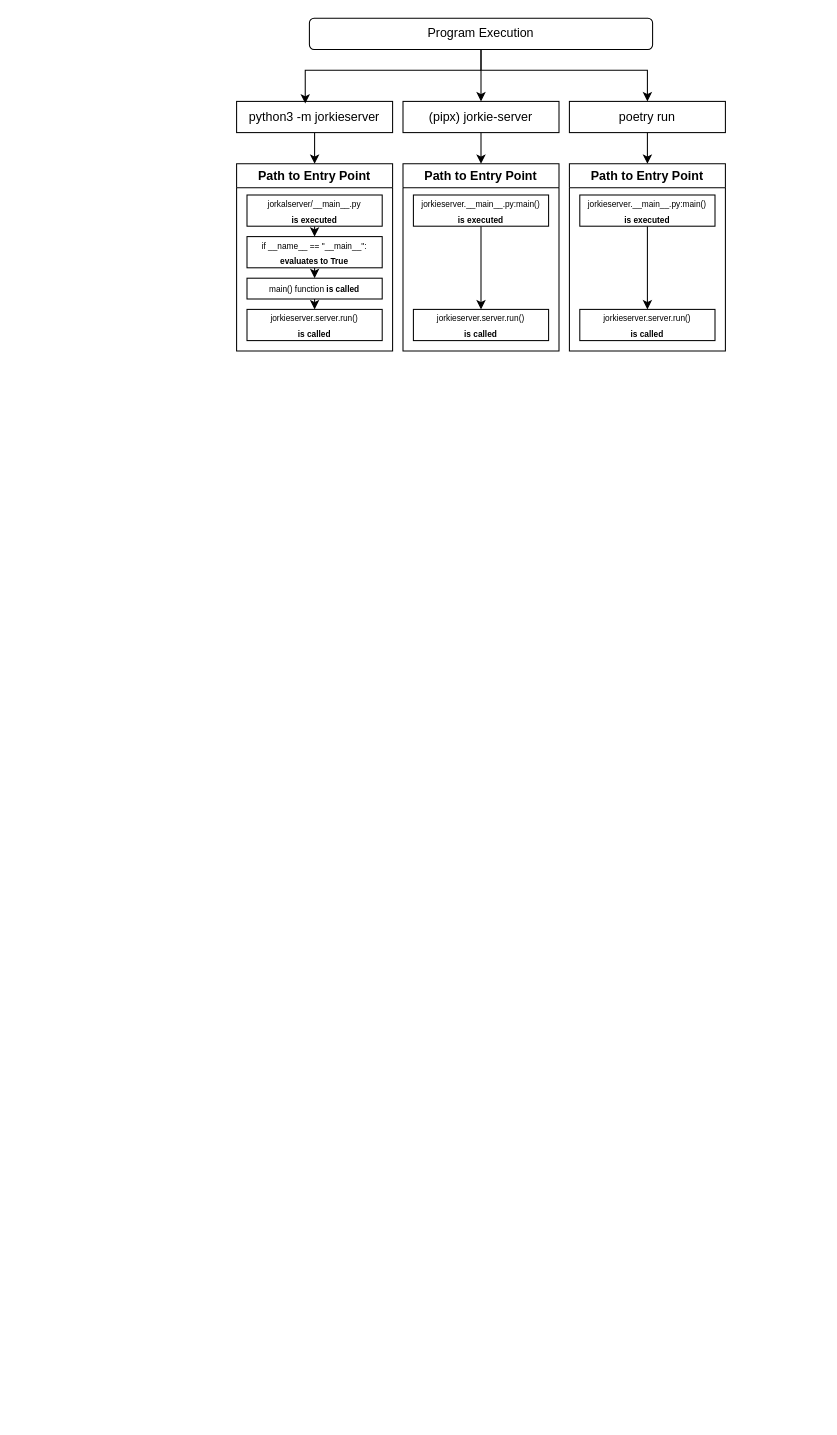
Before: docs/Untitled Diagram.drawio in jorkle/jorkie-server, a draw.io diagram. Source tidied: cells renumbered, new cells numbered last; positions are measured from the earlier drawing's top-left corner, leaving out a move shared by most shapes. Both pictures are drawn from the tidied source at 104%, with x=0, y=0 at pixel (236, 18).
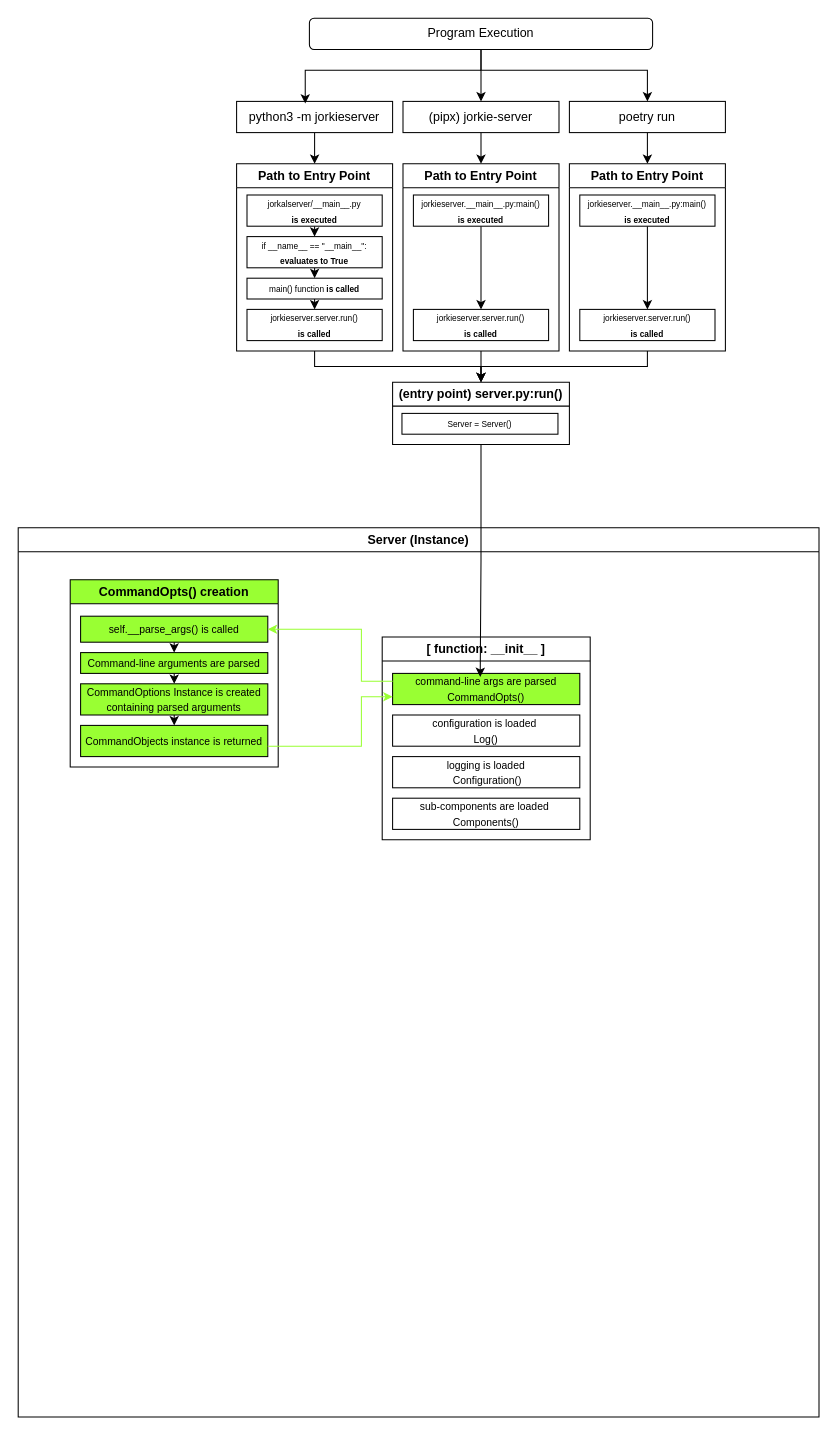
Above is the later version.

The change refers to these unchanged cells:
```xml
<mxCell id="12" value="Path to Entry Point" style="swimlane;whiteSpace=wrap;html=1;" parent="1" vertex="1">
  <mxGeometry y="140" width="150" height="180" as="geometry" />
</mxCell>
<mxCell id="21" value="Path to Entry Point" style="swimlane;whiteSpace=wrap;html=1;" parent="1" vertex="1">
  <mxGeometry x="160" y="140" width="150" height="180" as="geometry" />
</mxCell>
<mxCell id="25" value="Path to Entry Point" style="swimlane;whiteSpace=wrap;html=1;" parent="1" vertex="1">
  <mxGeometry x="320" y="140" width="150" height="180" as="geometry" />
</mxCell>
```

What changed in the source:
```diff
@@
+    <mxCell id="29" style="edgeStyle=elbowEdgeStyle;rounded=0;jettySize=auto;elbow=vertical;html=1;entryX=0.5;entryY=0;entryDx=0;entryDy=0;" parent="1" edge="1" source="12" target="32">
+      <mxGeometry relative="1" as="geometry" />
+    </mxCell>
@@
+    <mxCell id="30" style="edgeStyle=elbowEdgeStyle;rounded=0;jettySize=auto;elbow=vertical;html=1;exitX=0.5;exitY=1;exitDx=0;exitDy=0;entryX=0.5;entryY=0;entryDx=0;entryDy=0;" parent="1" edge="1" source="21" target="32">
+      <mxGeometry relative="1" as="geometry" />
+    </mxCell>
@@
+    <mxCell id="31" style="edgeStyle=elbowEdgeStyle;rounded=0;jettySize=auto;elbow=vertical;html=1;entryX=0.5;entryY=0;entryDx=0;entryDy=0;" parent="1" edge="1" source="25" target="32">
+      <mxGeometry relative="1" as="geometry" />
+    </mxCell>
@@
+    <mxCell id="32" value="(entry point) server.py:run()" style="swimlane;whiteSpace=wrap;html=1;" parent="1" vertex="1">
+      <mxGeometry x="150" y="350" width="170" height="60" as="geometry" />
+    </mxCell>
+    <mxCell id="33" value="&lt;font style=&quot;font-size: 8px;&quot;&gt;Server = Server()&lt;/font&gt;" style="rounded=0;whiteSpace=wrap;html=1;" parent="32" vertex="1">
+      <mxGeometry x="9" y="30" width="150" height="20" as="geometry" />
+    </mxCell>
+    <mxCell id="34" value="&lt;div&gt;Server (Instance)&lt;/div&gt;" style="swimlane;whiteSpace=wrap;html=1;" parent="1" vertex="1">
+      <mxGeometry x="-210" y="490" width="770" height="855" as="geometry" />
+    </mxCell>
+    <mxCell id="35" value="&lt;div&gt;[ function: __init__ ]&lt;/div&gt;" style="swimlane;whiteSpace=wrap;html=1;" parent="34" vertex="1">
+      <mxGeometry x="350" y="105" width="200" height="195" as="geometry" />
+    </mxCell>
+    <mxCell id="36" value="&lt;div&gt;&lt;font style=&quot;font-size: 10px;&quot;&gt;command-line args are parsed&lt;/font&gt;&lt;/div&gt;&lt;div&gt;&lt;font style=&quot;font-size: 10px;&quot;&gt;CommandOpts()&lt;br&gt;&lt;/font&gt;&lt;/div&gt;&lt;font style=&quot;font-size: 10px;&quot;&gt;&lt;/font&gt;" style="whiteSpace=wrap;html=1;fillColor=light-dark(#99FF33,var(--ge-dark-color, #121212));" parent="35" vertex="1">
+      <mxGeometry x="10" y="35" width="180" height="30" as="geometry" />
+    </mxCell>
+    <mxCell id="37" value="&lt;div&gt;&lt;font style=&quot;font-size: 10px;&quot;&gt;configuration is loaded&amp;nbsp;&lt;/font&gt;&lt;/div&gt;&lt;div&gt;&lt;font style=&quot;font-size: 10px;&quot;&gt;Log()&lt;/font&gt;&lt;/div&gt;" style="whiteSpace=wrap;html=1;" parent="35" vertex="1">
+      <mxGeometry x="10" y="75" width="180" height="30" as="geometry" />
+    </mxCell>
+    <mxCell id="38" value="&lt;div&gt;&lt;font style=&quot;font-size: 10px;&quot;&gt;logging is loaded&lt;/font&gt;&lt;/div&gt;&lt;div&gt;&lt;font style=&quot;font-size: 10px;&quot;&gt;&amp;nbsp;Configuration()&lt;/font&gt;&lt;/div&gt;" style="whiteSpace=wrap;html=1;" parent="35" vertex="1">
+      <mxGeometry x="10" y="115" width="180" height="30" as="geometry" />
+    </mxCell>
+    <mxCell id="39" value="&lt;div&gt;&lt;font style=&quot;font-size: 10px;&quot;&gt;sub-components are loaded&amp;nbsp;&lt;/font&gt;&lt;/div&gt;&lt;div&gt;&lt;font style=&quot;font-size: 10px;&quot;&gt;Components()&lt;/font&gt;&lt;/div&gt;" style="whiteSpace=wrap;html=1;" parent="35" vertex="1">
+      <mxGeometry x="10" y="155" width="180" height="30" as="geometry" />
+    </mxCell>
+    <mxCell id="40" value="CommandOpts() creation" style="swimlane;whiteSpace=wrap;html=1;fillColor=light-dark(#99FF33,#000000);" parent="34" vertex="1">
+      <mxGeometry x="50" y="50" width="200" height="180" as="geometry" />
+    </mxCell>
+    <mxCell id="41" style="edgeStyle=elbowEdgeStyle;rounded=0;jettySize=auto;elbow=vertical;html=1;exitX=0.5;exitY=1;exitDx=0;exitDy=0;fillColor=light-dark(#99FF33,#000000);" parent="40" edge="1" source="42" target="44">
+      <mxGeometry relative="1" as="geometry" />
+    </mxCell>
+    <mxCell id="42" value="&lt;div&gt;&lt;font style=&quot;font-size: 10px;&quot;&gt;self.__parse_args() is called&lt;br&gt;&lt;/font&gt;&lt;/div&gt;" style="rounded=0;whiteSpace=wrap;html=1;fillColor=light-dark(#99FF33,#000000);" parent="40" vertex="1">
+      <mxGeometry x="10" y="35" width="180" height="25" as="geometry" />
+    </mxCell>
+    <mxCell id="43" style="edgeStyle=elbowEdgeStyle;rounded=0;jettySize=auto;elbow=vertical;html=1;exitX=0.5;exitY=1;exitDx=0;exitDy=0;entryX=0.5;entryY=0;entryDx=0;entryDy=0;fillColor=light-dark(#99FF33,#000000);" parent="40" edge="1" source="44" target="46">
+      <mxGeometry relative="1" as="geometry" />
+    </mxCell>
+    <mxCell id="44" value="&lt;div&gt;&lt;font style=&quot;font-size: 10px;&quot;&gt;Command-line arguments are parsed&lt;font&gt;&lt;br&gt;&lt;/font&gt;&lt;/font&gt;&lt;/div&gt;" style="rounded=0;whiteSpace=wrap;html=1;fillColor=light-dark(#99FF33,#000000);" parent="40" vertex="1">
+      <mxGeometry x="10" y="70" width="180" height="20" as="geometry" />
+    </mxCell>
+    <mxCell id="45" style="edgeStyle=elbowEdgeStyle;rounded=0;jettySize=auto;elbow=vertical;html=1;exitX=0.5;exitY=1;exitDx=0;exitDy=0;entryX=0.5;entryY=0;entryDx=0;entryDy=0;fillColor=light-dark(#99FF33,#000000);" parent="40" edge="1" source="46" target="47">
+      <mxGeometry relative="1" as="geometry" />
+    </mxCell>
+    <mxCell id="46" value="&lt;font style=&quot;font-size: 10px;&quot;&gt;CommandOptions Instance is created containing parsed arguments&lt;/font&gt;" style="rounded=0;whiteSpace=wrap;html=1;fillColor=light-dark(#99FF33,#000000);" parent="40" vertex="1">
+      <mxGeometry x="10" y="100" width="180" height="30" as="geometry" />
+    </mxCell>
+    <mxCell id="47" value="&lt;font style=&quot;font-size: 10px;&quot;&gt;CommandObjects instance is returned&lt;/font&gt;" style="rounded=0;whiteSpace=wrap;html=1;fillColor=light-dark(#99FF33,#000000);" parent="40" vertex="1">
+      <mxGeometry x="10" y="140" width="180" height="30" as="geometry" />
+    </mxCell>
+    <mxCell id="48" style="edgeStyle=elbowEdgeStyle;rounded=0;jettySize=auto;html=1;fillColor=#3399FF;exitX=0;exitY=0.25;exitDx=0;exitDy=0;entryX=1;entryY=0.5;entryDx=0;entryDy=0;strokeColor=light-dark(#99FF33,#000000);" parent="34" edge="1" source="36" target="42">
+      <mxGeometry relative="1" as="geometry">
+        <Array as="points">
+          <mxPoint x="330" y="120" />
+          <mxPoint x="180" y="60" />
+          <mxPoint x="170" y="90" />
+        </Array>
+      </mxGeometry>
+    </mxCell>
+    <mxCell id="49" style="edgeStyle=elbowEdgeStyle;rounded=0;jettySize=auto;html=1;entryX=0;entryY=0.75;entryDx=0;entryDy=0;strokeColor=light-dark(#99FF33,#000000);" parent="34" edge="1" source="47" target="36">
+      <mxGeometry relative="1" as="geometry">
+        <Array as="points">
+          <mxPoint x="330" y="210" />
+        </Array>
+      </mxGeometry>
+    </mxCell>
+    <mxCell id="50" style="edgeStyle=elbowEdgeStyle;rounded=0;jettySize=auto;elbow=vertical;html=1;entryX=0.468;entryY=0.114;entryDx=0;entryDy=0;entryPerimeter=0;" parent="1" edge="1" source="32" target="36">
+      <mxGeometry relative="1" as="geometry" />
+    </mxCell>
```
